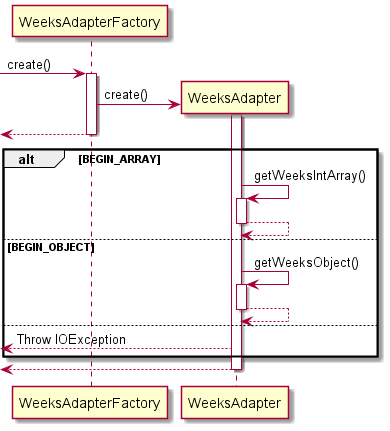
Earlier version of the PlantUML export docs/uml-diagrams/WeeksRead.png (nus-cs2113-AY2122S1/tp).
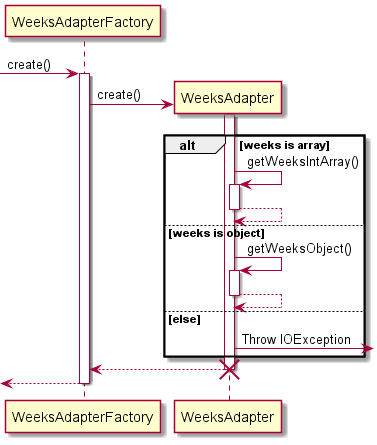
The same file after the commit.

The edit, as a diff of the source:
```diff
@@ -6,24 +6,25 @@
 WeeksAdapterFactory -> WeeksAdapter** : create()
 activate WeeksAdapter
 
-<-- WeeksAdapterFactory
-deactivate WeeksAdapterFactory
-
-alt BEGIN_ARRAY
+alt weeks is array
     WeeksAdapter -> WeeksAdapter : getWeeksIntArray()
     activate WeeksAdapter
     WeeksAdapter --> WeeksAdapter
     deactivate WeeksAdapter
-else BEGIN_OBJECT
+else weeks is object
     WeeksAdapter -> WeeksAdapter : getWeeksObject()
     activate WeeksAdapter
     WeeksAdapter --> WeeksAdapter
     deactivate WeeksAdapter
-else
-    <-- WeeksAdapter : Throw IOException
+else else
+    WeeksAdapter -> : Throw IOException
 end
 
-<-- WeeksAdapter
+WeeksAdapter-->WeeksAdapterFactory
 deactivate WeeksAdapter
+  destroy WeeksAdapter
+
+<-- WeeksAdapterFactory
+deactivate WeeksAdapterFactory
 
 @enduml
```
